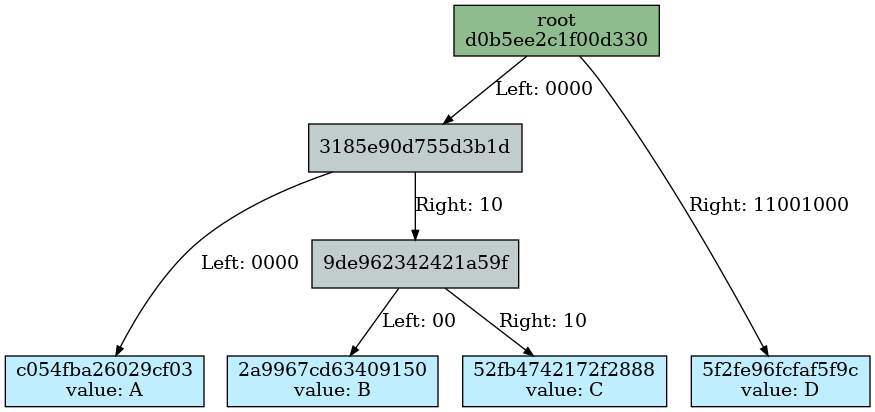
Before: docs/merkle_tree/intro/first_example.dot.png, a diagram exported from Graphviz (juicebox-systems/juicebox-hsm-realm). Its source is kept beside it as docs/merkle_tree/intro/first_example.dot.
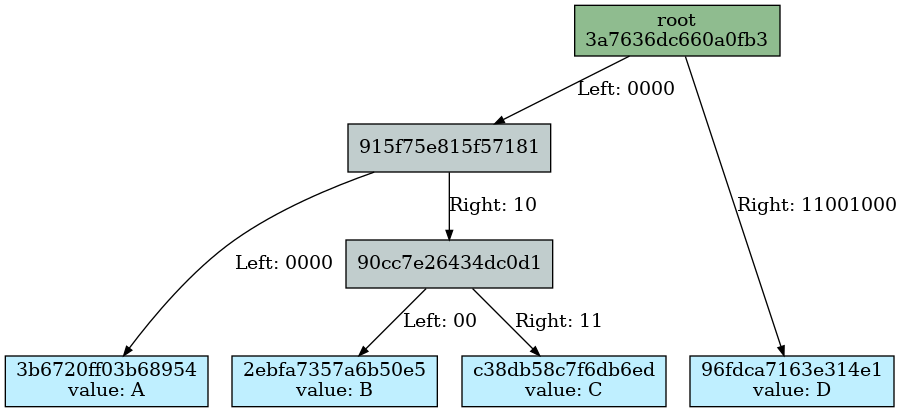
After the change.

Diff of the diagram source:
```diff
@@ -1,40 +1,40 @@
 Digraph merkletree {
 
-hd0b5ee2c1f00d330 -> h3185e90d755d3b1d [arrowsize=0.7 label="Left: 0000\l" nojustify=true ];
-h3185e90d755d3b1d -> hc054fba26029cf03 [arrowsize=0.7 label="Left: 0000" nojustify=true ];
-h3185e90d755d3b1d -> h9de962342421a59f [arrowsize=0.7 label="Right: 10\l" nojustify=true ];
-h9de962342421a59f -> h2a9967cd63409150 [arrowsize=0.7 label="Left: 00" nojustify=true ];
-h9de962342421a59f -> h52fb4742172f2888 [arrowsize=0.7 label="Right: 10" nojustify=true ];
-hd0b5ee2c1f00d330 -> h5f2fe96fcfaf5f9c [arrowsize=0.7 label="Right: 11001000" nojustify=true ];
+h3a7636dc660a0fb3 -> h915f75e815f57181 [arrowsize=0.7 label="Left: 0000" nojustify=true ];
+h915f75e815f57181 -> h3b6720ff03b68954 [arrowsize=0.7 label="Left: 0000" nojustify=true ];
+h915f75e815f57181 -> h90cc7e26434dc0d1 [arrowsize=0.7 label="Right: 10" nojustify=true ];
+h90cc7e26434dc0d1 -> h2ebfa7357a6b50e5 [arrowsize=0.7 label="Left: 00" nojustify=true ];
+h90cc7e26434dc0d1 -> hc38db58c7f6db6ed [arrowsize=0.7 label="Right: 11" nojustify=true ];
+h3a7636dc660a0fb3 -> h96fdca7163e314e1 [arrowsize=0.7 label="Right: 11001000" nojustify=true ];
 
 Subgraph depth_0 {
 rank=same
 
-hd0b5ee2c1f00d330 [fillcolor=darkseagreen label="root\nd0b5ee2c1f00d330" ordering=out shape=box style=filled ];
+h3a7636dc660a0fb3 [fillcolor=darkseagreen label="root\n3a7636dc660a0fb3" ordering=out shape=box style=filled ];
 }
 
 
 Subgraph depth_4 {
 rank=same
 
-h3185e90d755d3b1d [fillcolor=azure3 label="3185e90d755d3b1d" ordering=out shape=box style=filled ];
+h915f75e815f57181 [fillcolor=azure3 label="915f75e815f57181" ordering=out shape=box style=filled ];
 }
 
 
 Subgraph depth_256 {
 rank=same
 
-hc054fba26029cf03 [fillcolor=lightblue1 label="c054fba26029cf03\nvalue: A" ordering=out shape=box style=filled ];
-h2a9967cd63409150 [fillcolor=lightblue1 label="2a9967cd63409150\nvalue: B" ordering=out shape=box style=filled ];
-h52fb4742172f2888 [fillcolor=lightblue1 label="52fb4742172f2888\nvalue: C" ordering=out shape=box style=filled ];
-h5f2fe96fcfaf5f9c [fillcolor=lightblue1 label="5f2fe96fcfaf5f9c\nvalue: D" ordering=out shape=box style=filled ];
+h3b6720ff03b68954 [fillcolor=lightblue1 label="3b6720ff03b68954\nvalue: A" ordering=out shape=box style=filled ];
+h2ebfa7357a6b50e5 [fillcolor=lightblue1 label="2ebfa7357a6b50e5\nvalue: B" ordering=out shape=box style=filled ];
+hc38db58c7f6db6ed [fillcolor=lightblue1 label="c38db58c7f6db6ed\nvalue: C" ordering=out shape=box style=filled ];
+h96fdca7163e314e1 [fillcolor=lightblue1 label="96fdca7163e314e1\nvalue: D" ordering=out shape=box style=filled ];
 }
 
 
 Subgraph depth_6 {
 rank=same
 
-h9de962342421a59f [fillcolor=azure3 label="9de962342421a59f" ordering=out shape=box style=filled ];
+h90cc7e26434dc0d1 [fillcolor=azure3 label="90cc7e26434dc0d1" ordering=out shape=box style=filled ];
 }
 
 }
```
